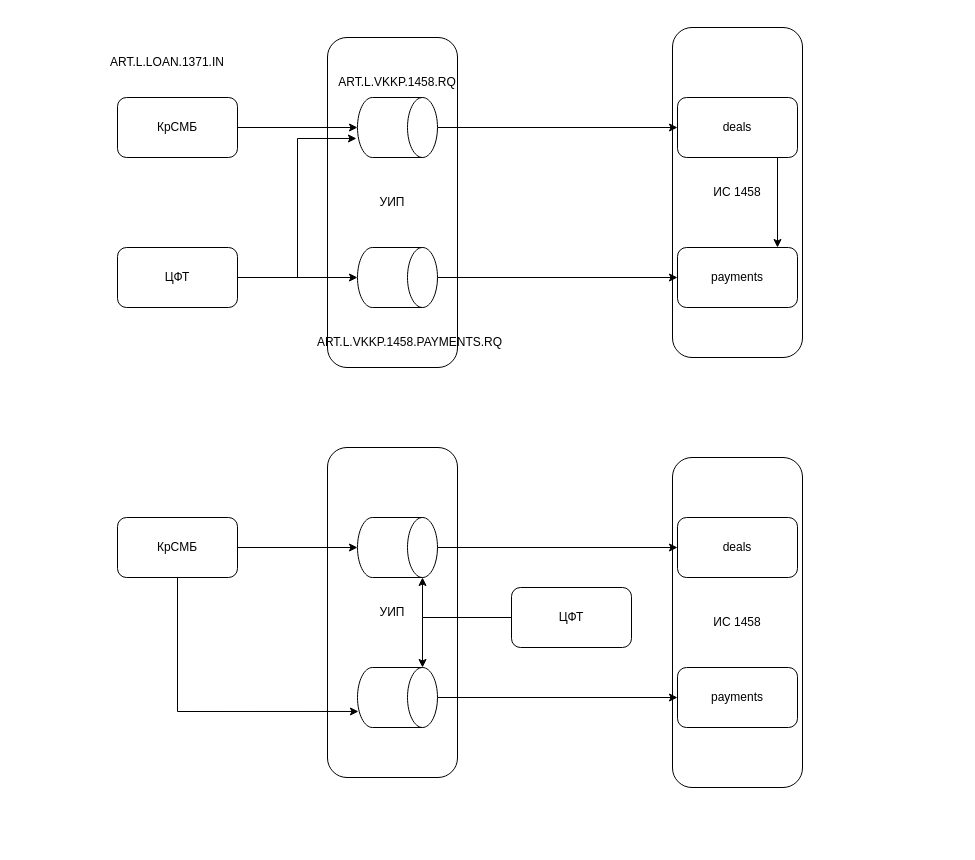
Before: d1.drawio in ram2406/my_draw_io_diagrams, a draw.io diagram. Source tidied: cells renumbered, new cells numbered last; positions are measured from the earlier drawing's top-left corner, leaving out a move shared by most shapes. Both pictures are drawn from the tidied source at 100%, with x=0, y=0 at pixel (87, 27).
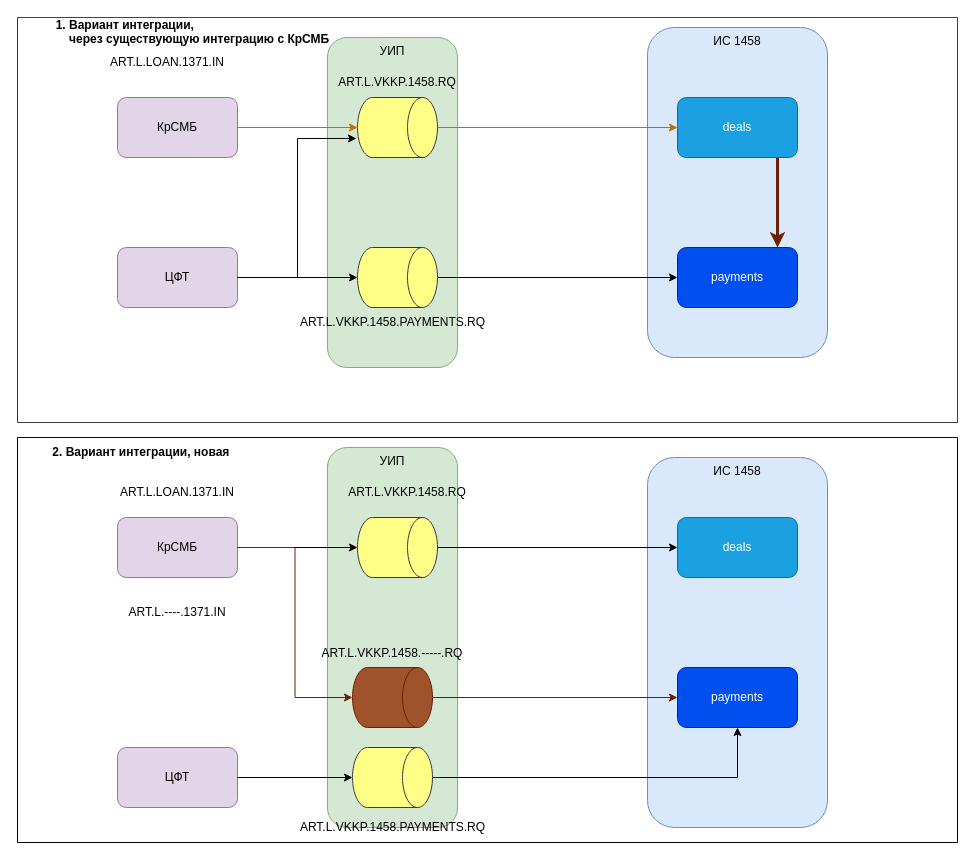
The same diagram, later.

Diff of the diagram source:
```diff
@@
-    <mxCell id="2" style="group;" parent="1" vertex="1">
-      <mxGeometry x="30" y="420" width="685" height="340" as="geometry" />
-    </mxCell>
+    <mxCell id="19" value="УИП" style="rounded=1;whiteSpace=wrap;html=1;fillColor=#d5e8d4;strokeColor=#82b366;verticalAlign=top;" parent="1" vertex="1">
+      <mxGeometry x="240" y="10" width="130" height="330" as="geometry" />
+    </mxCell>
+    <mxCell id="4" value="УИП" style="rounded=1;whiteSpace=wrap;html=1;fillColor=#d5e8d4;strokeColor=#82b366;verticalAlign=top;" parent="1" vertex="1">
+      <mxGeometry x="240" y="420" width="130" height="380" as="geometry" />
+    </mxCell>
+    <mxCell id="35" value="&#10;&#10;           1. Вариант интеграции, &#10;               через существующую интеграцию с КрСМБ" style="swimlane;startSize=0;align=left;fillColor=#ffff88;strokeColor=#36393d;fillStyle=solid;rounded=0;swimlaneLine=0;glass=1;" parent="1" vertex="1">
+      <mxGeometry x="-70" y="-10" width="940" height="405" as="geometry" />
+    </mxCell>
+    <mxCell id="36" value="&#10;&#10;          2. Вариант интеграции, новая" style="swimlane;startSize=0;align=left;strokeColor=default;swimlaneLine=0;glass=1;fillStyle=solid;" parent="1" vertex="1">
+      <mxGeometry x="-70" y="410" width="940" height="405" as="geometry" />
+    </mxCell>
+    <mxCell id="15" value="ЦФТ" style="rounded=1;whiteSpace=wrap;html=1;fillColor=#e1d5e7;strokeColor=#9673a6;" parent="36" vertex="1">
+      <mxGeometry x="100" y="310" width="120" height="60" as="geometry" />
+    </mxCell>
+    <mxCell id="37" value="ART.L.VKKP.1458.PAYMENTS.RQ" style="text;html=1;align=center;verticalAlign=middle;whiteSpace=wrap;rounded=0;" parent="36" vertex="1">
+      <mxGeometry x="287.5" y="375" width="175" height="30" as="geometry" />
+    </mxCell>
+    <mxCell id="38" value="ART.L.VKKP.1458.RQ" style="text;html=1;align=center;verticalAlign=middle;whiteSpace=wrap;rounded=0;" parent="36" vertex="1">
+      <mxGeometry x="320" y="40" width="140" height="30" as="geometry" />
+    </mxCell>
+    <mxCell id="39" value="ART.L.LOAN.1371.IN" style="text;html=1;align=center;verticalAlign=middle;whiteSpace=wrap;rounded=0;" parent="36" vertex="1">
+      <mxGeometry x="80" y="50" width="160" height="10" as="geometry" />
+    </mxCell>
+    <mxCell id="40" value="ART.L.----.1371.IN" style="text;html=1;align=center;verticalAlign=middle;whiteSpace=wrap;rounded=0;" parent="36" vertex="1">
+      <mxGeometry x="80" y="170" width="160" height="10" as="geometry" />
+    </mxCell>
+    <mxCell id="41" value="ART.L.VKKP.1458.-----.RQ" style="text;html=1;align=center;verticalAlign=middle;whiteSpace=wrap;rounded=0;" parent="36" vertex="1">
+      <mxGeometry x="295" y="211" width="160" height="10" as="geometry" />
+    </mxCell>
-    <mxCell id="3" value="ИС 1458" style="rounded=1;whiteSpace=wrap;html=1;" parent="2" vertex="1">
-      <mxGeometry x="555" y="10" width="130" height="330" as="geometry" />
+    <mxCell id="3" value="ИС 1458" style="rounded=1;whiteSpace=wrap;html=1;fillColor=#dae8fc;strokeColor=#6c8ebf;verticalAlign=top;" parent="1" vertex="1">
+      <mxGeometry x="560" y="430" width="180" height="370" as="geometry" />
     </mxCell>
-    <mxCell id="4" value="УИП" style="rounded=1;whiteSpace=wrap;html=1;" parent="2" vertex="1">
-      <mxGeometry x="210" width="130" height="330" as="geometry" />
-    </mxCell>
-    <mxCell id="5" value="deals" style="rounded=1;whiteSpace=wrap;html=1;" parent="2" vertex="1">
-      <mxGeometry x="560" y="70" width="120" height="60" as="geometry" />
+    <mxCell id="5" value="deals" style="rounded=1;whiteSpace=wrap;html=1;fillColor=#1ba1e2;fontColor=#ffffff;strokeColor=#006EAF;" parent="1" vertex="1">
+      <mxGeometry x="590" y="490" width="120" height="60" as="geometry" />
     </mxCell>
-    <mxCell id="6" value="payments" style="rounded=1;whiteSpace=wrap;html=1;" parent="2" vertex="1">
-      <mxGeometry x="560" y="220" width="120" height="60" as="geometry" />
+    <mxCell id="6" value="payments" style="rounded=1;whiteSpace=wrap;html=1;fillColor=#0050ef;fontColor=#ffffff;strokeColor=#001DBC;" parent="1" vertex="1">
+      <mxGeometry x="590" y="640" width="120" height="60" as="geometry" />
     </mxCell>
-    <mxCell id="7" value="КрСМБ" style="rounded=1;whiteSpace=wrap;html=1;" parent="2" vertex="1">
-      <mxGeometry y="70" width="120" height="60" as="geometry" />
+    <mxCell id="7" value="КрСМБ" style="rounded=1;whiteSpace=wrap;html=1;fillColor=#e1d5e7;strokeColor=#9673a6;" parent="1" vertex="1">
+      <mxGeometry x="30" y="490" width="120" height="60" as="geometry" />
     </mxCell>
-    <mxCell id="8" style="edgeStyle=orthogonalEdgeStyle;rounded=0;jettySize=auto;html=1;" parent="2" edge="1" source="9" target="5">
+    <mxCell id="8" style="edgeStyle=orthogonalEdgeStyle;rounded=0;jettySize=auto;html=1;" parent="1" edge="1" source="9" target="5">
       <mxGeometry relative="1" as="geometry" />
     </mxCell>
-    <mxCell id="9" style="shape=cylinder3;whiteSpace=wrap;html=1;boundedLbl=1;backgroundOutline=1;size=15;rotation=90;" parent="2" vertex="1">
-      <mxGeometry x="250" y="60" width="60" height="80" as="geometry" />
+    <mxCell id="9" style="shape=cylinder3;whiteSpace=wrap;html=1;boundedLbl=1;backgroundOutline=1;size=15;rotation=90;fillColor=#ffff88;strokeColor=#36393d;" parent="1" vertex="1">
+      <mxGeometry x="280" y="480" width="60" height="80" as="geometry" />
     </mxCell>
-    <mxCell id="10" style="edgeStyle=orthogonalEdgeStyle;rounded=0;jettySize=auto;html=1;entryX=0.5;entryY=1;entryDx=0;entryDy=0;entryPerimeter=0;" parent="2" edge="1" source="7" target="9">
+    <mxCell id="10" style="edgeStyle=orthogonalEdgeStyle;rounded=0;jettySize=auto;html=1;entryX=0.5;entryY=1;entryDx=0;entryDy=0;entryPerimeter=0;" parent="1" edge="1" source="7" target="9">
       <mxGeometry relative="1" as="geometry" />
     </mxCell>
-    <mxCell id="11" style="edgeStyle=orthogonalEdgeStyle;rounded=0;jettySize=auto;html=1;" parent="2" edge="1" source="12" target="6">
+    <mxCell id="11" style="edgeStyle=orthogonalEdgeStyle;rounded=0;jettySize=auto;html=1;" parent="1" edge="1" source="12" target="6">
       <mxGeometry relative="1" as="geometry" />
     </mxCell>
-    <mxCell id="12" style="shape=cylinder3;whiteSpace=wrap;html=1;boundedLbl=1;backgroundOutline=1;size=15;rotation=90;" parent="2" vertex="1">
-      <mxGeometry x="250" y="210" width="60" height="80" as="geometry" />
+    <mxCell id="12" style="shape=cylinder3;whiteSpace=wrap;html=1;boundedLbl=1;backgroundOutline=1;size=15;rotation=90;fillColor=#ffff88;strokeColor=#36393d;" parent="1" vertex="1">
+      <mxGeometry x="275" y="710" width="60" height="80" as="geometry" />
     </mxCell>
-    <mxCell id="13" style="edgeStyle=orthogonalEdgeStyle;rounded=0;jettySize=auto;html=1;entryX=0.733;entryY=0.988;entryDx=0;entryDy=0;entryPerimeter=0;" parent="2" edge="1" source="7" target="12">
-      <mxGeometry relative="1" as="geometry">
-        <Array as="points">
-          <mxPoint x="60" y="264" />
-        </Array>
-      </mxGeometry>
-    </mxCell>
-    <mxCell id="14" style="edgeStyle=orthogonalEdgeStyle;rounded=0;jettySize=auto;html=1;entryX=0;entryY=0;entryDx=0;entryDy=15;entryPerimeter=0;" parent="2" edge="1" source="15" target="12">
+    <mxCell id="14" style="edgeStyle=orthogonalEdgeStyle;rounded=0;jettySize=auto;html=1;" parent="1" edge="1" source="15" target="12">
       <mxGeometry relative="1" as="geometry" />
     </mxCell>
-    <mxCell id="15" value="ЦФТ" style="rounded=1;whiteSpace=wrap;html=1;" parent="2" vertex="1">
-      <mxGeometry x="394" y="140" width="120" height="60" as="geometry" />
-    </mxCell>
-    <mxCell id="16" style="edgeStyle=orthogonalEdgeStyle;rounded=0;jettySize=auto;html=1;entryX=1;entryY=0;entryDx=0;entryDy=15;entryPerimeter=0;" parent="2" edge="1" source="15" target="9">
-      <mxGeometry relative="1" as="geometry" />
-    </mxCell>
-    <mxCell id="17" style="group;" parent="1" vertex="1">
-      <mxGeometry width="715" height="340" as="geometry" />
-    </mxCell>
-    <mxCell id="18" value="ИС 1458" style="rounded=1;whiteSpace=wrap;html=1;" parent="17" vertex="1">
-      <mxGeometry x="585" width="130" height="330" as="geometry" />
+    <mxCell id="18" value="ИС 1458" style="rounded=1;whiteSpace=wrap;html=1;fillColor=#dae8fc;strokeColor=#6c8ebf;verticalAlign=top;" parent="1" vertex="1">
+      <mxGeometry x="560" width="180" height="330" as="geometry" />
     </mxCell>
-    <mxCell id="19" value="УИП" style="rounded=1;whiteSpace=wrap;html=1;" parent="17" vertex="1">
-      <mxGeometry x="240" y="10" width="130" height="330" as="geometry" />
-    </mxCell>
-    <mxCell id="20" style="edgeStyle=orthogonalEdgeStyle;rounded=0;orthogonalLoop=1;jettySize=auto;html=1;entryX=0.5;entryY=0;entryDx=0;entryDy=0;" parent="17" edge="1">
+    <mxCell id="20" style="edgeStyle=orthogonalEdgeStyle;rounded=0;orthogonalLoop=1;jettySize=auto;html=1;entryX=0.5;entryY=0;entryDx=0;entryDy=0;strokeWidth=3;fillColor=#a0522d;strokeColor=#6D1F00;" parent="1" edge="1">
       <mxGeometry relative="1" as="geometry">
         <mxPoint x="690" y="130" as="sourcePoint" />
         <mxPoint x="690" y="220" as="targetPoint" />
       </mxGeometry>
     </mxCell>
-    <mxCell id="21" value="deals" style="rounded=1;whiteSpace=wrap;html=1;" parent="17" vertex="1">
+    <mxCell id="21" value="deals" style="rounded=1;whiteSpace=wrap;html=1;fillColor=#1ba1e2;fontColor=#ffffff;strokeColor=#006EAF;" parent="1" vertex="1">
       <mxGeometry x="590" y="70" width="120" height="60" as="geometry" />
     </mxCell>
-    <mxCell id="22" value="payments" style="rounded=1;whiteSpace=wrap;html=1;" parent="17" vertex="1">
+    <mxCell id="22" value="payments" style="rounded=1;whiteSpace=wrap;html=1;fillColor=#0050ef;fontColor=#ffffff;strokeColor=#001DBC;" parent="1" vertex="1">
       <mxGeometry x="590" y="220" width="120" height="60" as="geometry" />
     </mxCell>
-    <mxCell id="23" value="КрСМБ" style="rounded=1;whiteSpace=wrap;html=1;" parent="17" vertex="1">
+    <mxCell id="23" value="КрСМБ" style="rounded=1;whiteSpace=wrap;html=1;fillColor=#e1d5e7;strokeColor=#9673a6;" parent="1" vertex="1">
       <mxGeometry x="30" y="70" width="120" height="60" as="geometry" />
     </mxCell>
-    <mxCell id="24" style="edgeStyle=orthogonalEdgeStyle;rounded=0;jettySize=auto;html=1;" parent="17" edge="1" source="25" target="21">
+    <mxCell id="24" style="edgeStyle=orthogonalEdgeStyle;rounded=0;jettySize=auto;html=1;fillColor=#f0a30a;strokeColor=#BD7000;" parent="1" edge="1" source="25" target="21">
       <mxGeometry relative="1" as="geometry" />
     </mxCell>
-    <mxCell id="25" style="shape=cylinder3;whiteSpace=wrap;html=1;boundedLbl=1;backgroundOutline=1;size=15;rotation=90;" parent="17" vertex="1">
+    <mxCell id="25" style="shape=cylinder3;whiteSpace=wrap;html=1;boundedLbl=1;backgroundOutline=1;size=15;rotation=90;fillColor=#ffff88;strokeColor=#36393d;" parent="1" vertex="1">
       <mxGeometry x="280" y="60" width="60" height="80" as="geometry" />
     </mxCell>
-    <mxCell id="26" style="edgeStyle=orthogonalEdgeStyle;rounded=0;jettySize=auto;html=1;entryX=0.5;entryY=1;entryDx=0;entryDy=0;entryPerimeter=0;" parent="17" edge="1" source="23" target="25">
+    <mxCell id="26" style="edgeStyle=orthogonalEdgeStyle;rounded=0;jettySize=auto;html=1;entryX=0.5;entryY=1;entryDx=0;entryDy=0;entryPerimeter=0;fillColor=#f0a30a;strokeColor=#BD7000;" parent="1" edge="1" source="23" target="25">
       <mxGeometry relative="1" as="geometry" />
     </mxCell>
-    <mxCell id="27" style="edgeStyle=orthogonalEdgeStyle;rounded=0;jettySize=auto;html=1;" parent="17" edge="1" source="28" target="22">
+    <mxCell id="27" style="edgeStyle=orthogonalEdgeStyle;rounded=0;jettySize=auto;html=1;" parent="1" edge="1" source="28" target="22">
       <mxGeometry relative="1" as="geometry" />
     </mxCell>
-    <mxCell id="28" style="shape=cylinder3;whiteSpace=wrap;html=1;boundedLbl=1;backgroundOutline=1;size=15;rotation=90;" parent="17" vertex="1">
+    <mxCell id="28" style="shape=cylinder3;whiteSpace=wrap;html=1;boundedLbl=1;backgroundOutline=1;size=15;rotation=90;fillColor=#ffff88;strokeColor=#36393d;" parent="1" vertex="1">
       <mxGeometry x="280" y="210" width="60" height="80" as="geometry" />
     </mxCell>
-    <mxCell id="29" value="ЦФТ" style="rounded=1;whiteSpace=wrap;html=1;" parent="17" vertex="1">
+    <mxCell id="29" value="ЦФТ" style="rounded=1;whiteSpace=wrap;html=1;fillColor=#e1d5e7;strokeColor=#9673a6;" parent="1" vertex="1">
       <mxGeometry x="30" y="220" width="120" height="60" as="geometry" />
     </mxCell>
-    <mxCell id="30" style="edgeStyle=orthogonalEdgeStyle;rounded=0;jettySize=auto;html=1;entryX=0.5;entryY=1;entryDx=0;entryDy=0;entryPerimeter=0;" parent="17" edge="1" source="29" target="28">
+    <mxCell id="30" style="edgeStyle=orthogonalEdgeStyle;rounded=0;jettySize=auto;html=1;entryX=0.5;entryY=1;entryDx=0;entryDy=0;entryPerimeter=0;" parent="1" edge="1" source="29" target="28">
       <mxGeometry relative="1" as="geometry" />
     </mxCell>
-    <mxCell id="31" value="ART.L.VKKP.1458.RQ" style="text;html=1;align=center;verticalAlign=middle;whiteSpace=wrap;rounded=0;" parent="17" vertex="1">
+    <mxCell id="31" value="ART.L.VKKP.1458.RQ" style="text;html=1;align=center;verticalAlign=middle;whiteSpace=wrap;rounded=0;" parent="1" vertex="1">
       <mxGeometry x="240" y="40" width="140" height="30" as="geometry" />
     </mxCell>
-    <mxCell id="32" value="ART.L.VKKP.1458.PAYMENTS.RQ" style="text;html=1;align=center;verticalAlign=middle;whiteSpace=wrap;rounded=0;" parent="17" vertex="1">
-      <mxGeometry x="235" y="300" width="175" height="30" as="geometry" />
+    <mxCell id="32" value="ART.L.VKKP.1458.PAYMENTS.RQ" style="text;html=1;align=center;verticalAlign=middle;whiteSpace=wrap;rounded=0;" parent="1" vertex="1">
+      <mxGeometry x="217.5" y="280" width="175" height="30" as="geometry" />
     </mxCell>
-    <mxCell id="33" style="edgeStyle=orthogonalEdgeStyle;rounded=0;jettySize=auto;html=1;entryX=0.683;entryY=1.013;entryDx=0;entryDy=0;entryPerimeter=0;" parent="17" edge="1" source="29" target="25">
+    <mxCell id="33" style="edgeStyle=orthogonalEdgeStyle;rounded=0;jettySize=auto;html=1;entryX=0.683;entryY=1.013;entryDx=0;entryDy=0;entryPerimeter=0;" parent="1" edge="1" source="29" target="25">
       <mxGeometry relative="1" as="geometry" />
     </mxCell>
-    <mxCell id="34" value="ART.L.LOAN.1371.IN" style="text;html=1;align=center;verticalAlign=middle;whiteSpace=wrap;rounded=0;" parent="17" vertex="1">
+    <mxCell id="34" value="ART.L.LOAN.1371.IN" style="text;html=1;align=center;verticalAlign=middle;whiteSpace=wrap;rounded=0;" parent="1" vertex="1">
       <mxGeometry y="30" width="160" height="10" as="geometry" />
     </mxCell>
+    <mxCell id="42" style="edgeStyle=orthogonalEdgeStyle;rounded=0;jettySize=auto;html=1;fillColor=#a0522d;strokeColor=#6D1F00;" parent="1" edge="1" source="43" target="6">
+      <mxGeometry relative="1" as="geometry" />
+    </mxCell>
+    <mxCell id="43" style="shape=cylinder3;whiteSpace=wrap;html=1;boundedLbl=1;backgroundOutline=1;size=15;rotation=90;fillColor=#a0522d;strokeColor=#6D1F00;fontColor=#ffffff;" parent="1" vertex="1">
+      <mxGeometry x="275" y="630" width="60" height="80" as="geometry" />
+    </mxCell>
+    <mxCell id="44" style="edgeStyle=orthogonalEdgeStyle;rounded=0;jettySize=auto;html=1;entryX=0.5;entryY=1;entryDx=0;entryDy=0;entryPerimeter=0;fillColor=#a0522d;strokeColor=#6D1F00;" parent="1" edge="1" source="7" target="43">
+      <mxGeometry relative="1" as="geometry" />
+    </mxCell>
```
